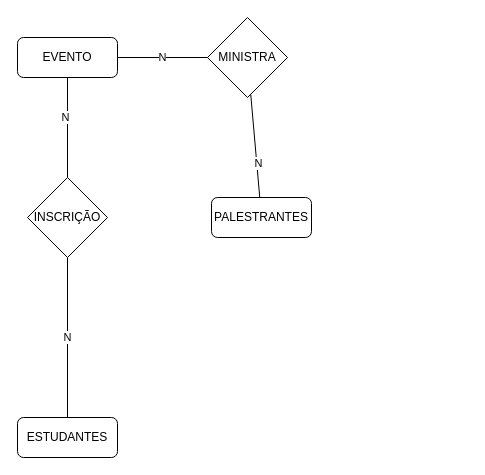
Before: aulas/02/gestaoEventos-conceitual.drawio in LuisgrbDev/Bancos-Dados-Senac, a draw.io diagram. Source tidied: cells renumbered, new cells numbered last; positions are measured from the earlier drawing's top-left corner, leaving out a move shared by most shapes. Both pictures are drawn from the tidied source at 100%, with x=0, y=0 at pixel (17, 17).
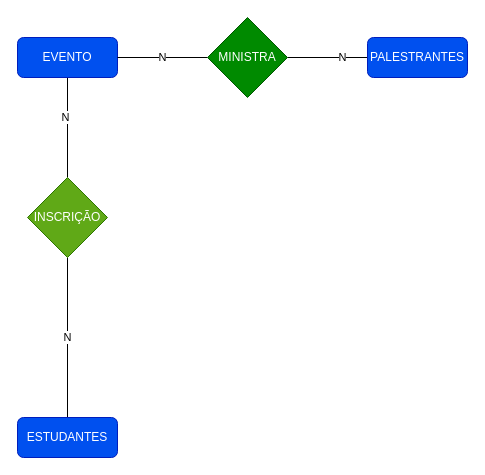
After the change.

Commit message (it also covers changes not shown here):
alterações dos diagramas

Change to the diagram source:
```diff
@@
 <mxGraphModel>
   <root>
     <mxCell id="0" />
     <mxCell id="1" parent="0" />
     <mxCell id="2" style="edgeStyle=none;html=1;endArrow=none;endFill=0;startArrow=none;" parent="1" edge="1" source="11" target="7">
       <mxGeometry relative="1" as="geometry" />
     </mxCell>
     <mxCell id="3" value="N" style="edgeLabel;html=1;align=center;verticalAlign=middle;" parent="2" vertex="1">
       <mxGeometry x="0.34" y="1" relative="1" as="geometry" />
     </mxCell>
     <mxCell id="4" style="edgeStyle=none;html=1;entryX=0.5;entryY=0;entryDx=0;entryDy=0;endArrow=none;endFill=0;" parent="1" edge="1" source="6" target="12">
       <mxGeometry relative="1" as="geometry" />
     </mxCell>
     <mxCell id="5" value="N" style="edgeLabel;html=1;align=center;verticalAlign=middle;" parent="4" vertex="1">
       <mxGeometry x="-0.22" y="-3" relative="1" as="geometry" />
     </mxCell>
-    <mxCell id="6" value="EVENTO" style="rounded=1;whiteSpace=wrap;html=1;" parent="1" vertex="1">
+    <mxCell id="6" value="EVENTO" style="rounded=1;whiteSpace=wrap;html=1;fillColor=#0050ef;fontColor=#ffffff;strokeColor=#001DBC;" parent="1" vertex="1">
       <mxGeometry y="20" width="100" height="40" as="geometry" />
     </mxCell>
-    <mxCell id="7" value="PALESTRANTES" style="rounded=1;whiteSpace=wrap;html=1;" parent="1" vertex="1">
-      <mxGeometry x="194" y="180" width="100" height="40" as="geometry" />
+    <mxCell id="7" value="PALESTRANTES" style="rounded=1;whiteSpace=wrap;html=1;fillColor=#0050ef;fontColor=#ffffff;strokeColor=#001DBC;" parent="1" vertex="1">
+      <mxGeometry x="350" y="20" width="100" height="40" as="geometry" />
     </mxCell>
     <mxCell id="8" value="N" style="edgeStyle=none;html=1;entryX=0.5;entryY=1;entryDx=0;entryDy=0;endArrow=none;endFill=0;" parent="1" edge="1" source="9" target="12">
       <mxGeometry relative="1" as="geometry" />
     </mxCell>
-    <mxCell id="9" value="ESTUDANTES" style="rounded=1;whiteSpace=wrap;html=1;" parent="1" vertex="1">
+    <mxCell id="9" value="ESTUDANTES" style="rounded=1;whiteSpace=wrap;html=1;fillColor=#0050ef;fontColor=#ffffff;strokeColor=#001DBC;" parent="1" vertex="1">
       <mxGeometry y="400" width="100" height="40" as="geometry" />
     </mxCell>
     <mxCell id="10" value="N" style="edgeStyle=none;html=1;entryX=0;entryY=0.5;entryDx=0;entryDy=0;endArrow=none;endFill=0;" parent="1" edge="1" source="6" target="11">
       <mxGeometry relative="1" as="geometry" />
     </mxCell>
-    <mxCell id="11" value="MINISTRA" style="rhombus;whiteSpace=wrap;html=1;" parent="1" vertex="1">
+    <mxCell id="11" value="MINISTRA" style="rhombus;whiteSpace=wrap;html=1;fillColor=#008a00;fontColor=#ffffff;strokeColor=#005700;" parent="1" vertex="1">
       <mxGeometry x="190" width="80" height="80" as="geometry" />
     </mxCell>
-    <mxCell id="12" value="INSCRIÇÃO" style="rhombus;whiteSpace=wrap;html=1;" parent="1" vertex="1">
+    <mxCell id="12" value="INSCRIÇÃO" style="rhombus;whiteSpace=wrap;html=1;fillColor=#60a917;fontColor=#ffffff;strokeColor=#2D7600;" parent="1" vertex="1">
       <mxGeometry x="10" y="160" width="80" height="80" as="geometry" />
     </mxCell>
   </root>
 </mxGraphModel>
```
